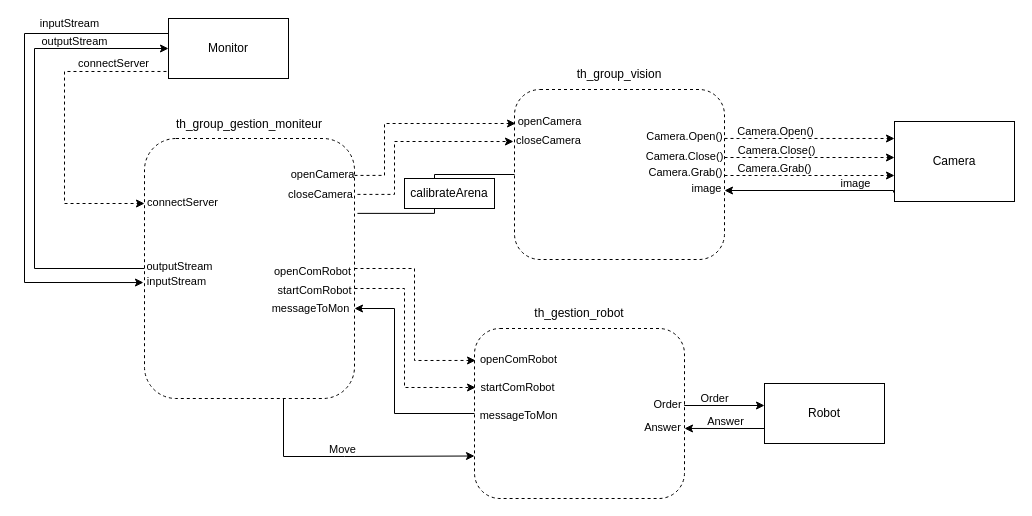
Above: Diagramme_fonctionnel_general.drawio in martemr/Projet_temps_reel (draw.io), before the change. Source tidied: cells renumbered, new cells numbered last; positions are measured from the earlier drawing's top-left corner, leaving out a move shared by most shapes. Both pictures are drawn from the tidied source at 100%, with x=0, y=0 at pixel (24, 18).
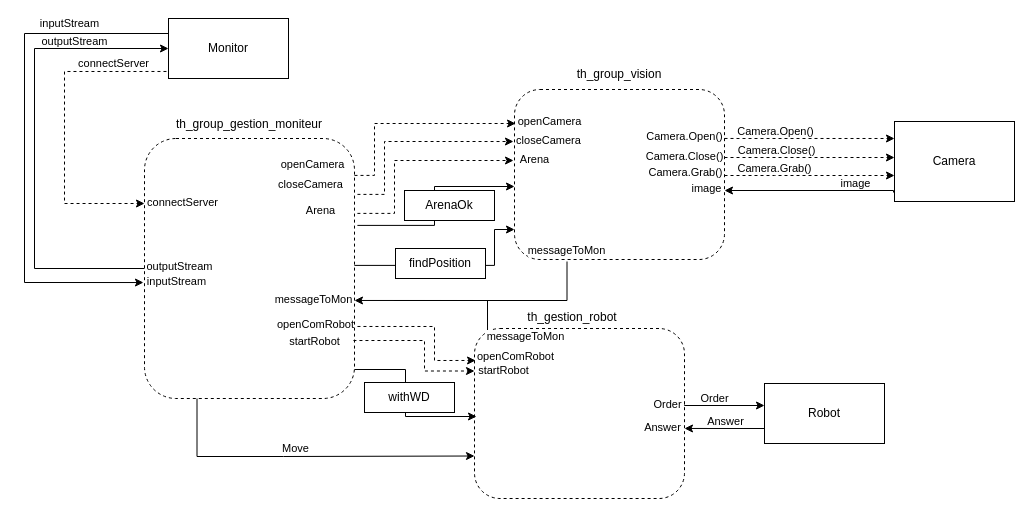
The same page after the edit.

The change refers to these unchanged cells:
```xml
<mxCell id="2" style="rounded=1;whiteSpace=wrap;html=1;dashed=1;" parent="1" vertex="1">
  <mxGeometry x="450" y="310" width="210" height="170" as="geometry" />
</mxCell>
<mxCell id="5" style="rounded=1;whiteSpace=wrap;html=1;dashed=1;" parent="1" vertex="1">
  <mxGeometry x="120" y="120" width="210" height="260" as="geometry" />
</mxCell>
```

What changed in the source:
```diff
@@
+    <mxCell id="56" style="edgeStyle=orthogonalEdgeStyle;rounded=0;orthogonalLoop=1;jettySize=auto;html=1;exitX=0.25;exitY=1;exitDx=0;exitDy=0;startArrow=none;startFill=0;endArrow=none;endFill=0;" parent="1" edge="1">
+      <mxGeometry relative="1" as="geometry">
+        <mxPoint x="542.5" y="243" as="sourcePoint" />
+        <mxPoint x="440" y="282" as="targetPoint" />
+        <Array as="points">
+          <mxPoint x="543" y="282" />
+          <mxPoint x="370" y="282" />
+        </Array>
+      </mxGeometry>
+    </mxCell>
+    <mxCell id="35" style="rounded=1;whiteSpace=wrap;html=1;dashed=1;" parent="1" vertex="1">
+      <mxGeometry x="490" y="71" width="210" height="170" as="geometry" />
+    </mxCell>
@@
-    <mxCell id="3" style="edgeStyle=orthogonalEdgeStyle;rounded=0;jettySize=auto;html=1;startArrow=classic;startFill=1;endArrow=none;endFill=0;" parent="1" edge="1" source="5" target="2">
+    <mxCell id="3" style="edgeStyle=orthogonalEdgeStyle;rounded=0;jettySize=auto;html=1;startArrow=classic;startFill=1;endArrow=none;endFill=0;exitX=1;exitY=0.623;exitDx=0;exitDy=0;exitPerimeter=0;entryX=0.062;entryY=0.012;entryDx=0;entryDy=0;entryPerimeter=0;" parent="1" edge="1" source="5" target="2">
       <mxGeometry relative="1" as="geometry">
         <Array as="points">
-          <mxPoint x="370" y="290" />
-          <mxPoint x="370" y="395" />
+          <mxPoint x="463" y="282" />
         </Array>
       </mxGeometry>
     </mxCell>
-    <mxCell id="4" value="messageToMon" style="edgeLabel;html=1;align=center;verticalAlign=middle;" parent="3" vertex="1">
-      <mxGeometry x="-0.4" y="2" relative="1" as="geometry">
-        <mxPoint x="121" y="78" as="offset" />
-      </mxGeometry>
-    </mxCell>
@@
     <mxCell id="6" style="edgeStyle=orthogonalEdgeStyle;rounded=0;jettySize=auto;html=1;entryX=-0.005;entryY=0.306;entryDx=0;entryDy=0;entryPerimeter=0;dashed=1;startArrow=none;startFill=0;endArrow=classic;endFill=1;exitX=1.014;exitY=0.215;exitDx=0;exitDy=0;exitPerimeter=0;" parent="1" edge="1" source="5" target="35">
       <mxGeometry relative="1" as="geometry">
         <Array as="points">
-          <mxPoint x="370" y="176" />
-          <mxPoint x="370" y="123" />
+          <mxPoint x="360" y="176" />
+          <mxPoint x="360" y="123" />
         </Array>
       </mxGeometry>
     </mxCell>
@@
     <mxCell id="8" style="edgeStyle=orthogonalEdgeStyle;rounded=0;jettySize=auto;html=1;entryX=0.005;entryY=0.2;entryDx=0;entryDy=0;dashed=1;startArrow=none;startFill=0;endArrow=classic;endFill=1;exitX=1;exitY=0.142;exitDx=0;exitDy=0;exitPerimeter=0;entryPerimeter=0;" parent="1" edge="1" source="5" target="35">
       <mxGeometry relative="1" as="geometry">
         <Array as="points">
-          <mxPoint x="360" y="157" />
-          <mxPoint x="360" y="105" />
+          <mxPoint x="350" y="157" />
+          <mxPoint x="350" y="105" />
         </Array>
       </mxGeometry>
     </mxCell>
@@
-    <mxCell id="10" style="edgeStyle=orthogonalEdgeStyle;rounded=0;jettySize=auto;html=1;entryX=0.005;entryY=0.347;entryDx=0;entryDy=0;entryPerimeter=0;dashed=1;startArrow=none;startFill=0;endArrow=classic;endFill=1;" parent="1" edge="1" source="5" target="2">
+    <mxCell id="10" style="edgeStyle=orthogonalEdgeStyle;rounded=0;jettySize=auto;html=1;dashed=1;startArrow=none;startFill=0;endArrow=classic;endFill=1;exitX=0.995;exitY=0.777;exitDx=0;exitDy=0;exitPerimeter=0;entryX=0;entryY=0.25;entryDx=0;entryDy=0;" parent="1" edge="1" source="5" target="2">
       <mxGeometry relative="1" as="geometry">
         <Array as="points">
-          <mxPoint x="380" y="270" />
-          <mxPoint x="380" y="369" />
+          <mxPoint x="400" y="322" />
+          <mxPoint x="400" y="353" />
         </Array>
       </mxGeometry>
     </mxCell>
-    <mxCell id="11" value="&lt;div&gt;startComRobot&lt;/div&gt;" style="edgeLabel;html=1;align=center;verticalAlign=middle;" parent="10" vertex="1">
+    <mxCell id="11" value="startRobot" style="edgeLabel;html=1;align=center;verticalAlign=middle;" parent="10" vertex="1">
       <mxGeometry x="-0.65" y="-1" relative="1" as="geometry">
-        <mxPoint x="-80" as="offset" />
+        <mxPoint x="-66" y="-1" as="offset" />
       </mxGeometry>
     </mxCell>
@@
-    <mxCell id="23" style="edgeStyle=orthogonalEdgeStyle;rounded=0;jettySize=auto;html=1;entryX=0.005;entryY=0.188;entryDx=0;entryDy=0;dashed=1;startArrow=none;startFill=0;endArrow=classic;endFill=1;entryPerimeter=0;" parent="1" edge="1" source="5" target="2">
-      <mxGeometry relative="1" as="geometry" />
+    <mxCell id="23" style="edgeStyle=orthogonalEdgeStyle;rounded=0;jettySize=auto;html=1;entryX=0.005;entryY=0.188;entryDx=0;entryDy=0;dashed=1;startArrow=none;startFill=0;endArrow=classic;endFill=1;entryPerimeter=0;exitX=1.014;exitY=0.723;exitDx=0;exitDy=0;exitPerimeter=0;" parent="1" edge="1" source="5" target="2">
+      <mxGeometry relative="1" as="geometry">
+        <Array as="points">
+          <mxPoint x="410" y="308" />
+          <mxPoint x="410" y="342" />
+        </Array>
+      </mxGeometry>
     </mxCell>
     <mxCell id="24" value="&lt;div&gt;openComRobot&lt;/div&gt;" style="edgeLabel;html=1;align=center;verticalAlign=middle;" parent="23" vertex="1">
       <mxGeometry x="-0.25" relative="1" as="geometry">
-        <mxPoint x="-103" y="-18" as="offset" />
+        <mxPoint x="-99" y="-2" as="offset" />
       </mxGeometry>
     </mxCell>
@@
     <mxCell id="28" value="&lt;div&gt;openComRobot&lt;/div&gt;" style="edgeLabel;html=1;align=center;verticalAlign=middle;" parent="1" vertex="1">
-      <mxGeometry x="493" y="340" as="geometry" />
+      <mxGeometry x="490" y="337" as="geometry" />
     </mxCell>
-    <mxCell id="29" value="&lt;div&gt;startComRobot&lt;/div&gt;" style="edgeLabel;html=1;align=center;verticalAlign=middle;" parent="1" vertex="1">
-      <mxGeometry x="492" y="368" as="geometry" />
+    <mxCell id="29" value="startRobot" style="edgeLabel;html=1;align=center;verticalAlign=middle;" parent="1" vertex="1">
+      <mxGeometry x="478" y="351" as="geometry" />
     </mxCell>
@@
-    <mxCell id="35" style="rounded=1;whiteSpace=wrap;html=1;dashed=1;" parent="1" vertex="1">
-      <mxGeometry x="490" y="71" width="210" height="170" as="geometry" />
-    </mxCell>
@@
-    <mxCell id="38" value="messageToMon" style="edgeLabel;html=1;align=center;verticalAlign=middle;" parent="1" vertex="1">
-      <mxGeometry x="285" y="289" as="geometry" />
-    </mxCell>
@@
     <mxCell id="45" value="th_gestion_robot" style="text;html=1;strokeColor=none;fillColor=none;align=center;verticalAlign=middle;whiteSpace=wrap;rounded=0;dashed=1;" parent="1" vertex="1">
-      <mxGeometry x="475" y="280" width="160" height="30" as="geometry" />
+      <mxGeometry x="468" y="284" width="160" height="30" as="geometry" />
     </mxCell>
@@
-    <mxCell id="52" style="endArrow=none;html=1;rounded=0;exitX=1.014;exitY=0.288;exitDx=0;exitDy=0;exitPerimeter=0;entryX=0;entryY=0.5;entryDx=0;entryDy=0;edgeStyle=orthogonalEdgeStyle;" parent="1" edge="1" source="5" target="35">
-      <mxGeometry relative="1" as="geometry" />
+    <mxCell id="52" style="endArrow=classic;html=1;rounded=0;exitX=1.014;exitY=0.288;exitDx=0;exitDy=0;exitPerimeter=0;entryX=0;entryY=0.5;entryDx=0;entryDy=0;edgeStyle=orthogonalEdgeStyle;startArrow=none;startFill=0;endFill=1;" parent="1" edge="1">
+      <mxGeometry relative="1" as="geometry">
+        <mxPoint x="332.9" y="206.9" as="sourcePoint" />
+        <mxPoint x="490" y="168" as="targetPoint" />
+        <Array as="points">
+          <mxPoint x="410" y="207" />
+          <mxPoint x="410" y="168" />
+        </Array>
+      </mxGeometry>
     </mxCell>
-    <mxCell id="53" value="calibrateArena" style="rounded=0;whiteSpace=wrap;html=1;" parent="1" vertex="1">
-      <mxGeometry x="380" y="160" width="90" height="30" as="geometry" />
+    <mxCell id="53" value="ArenaOk" style="rounded=0;whiteSpace=wrap;html=1;" parent="1" vertex="1">
+      <mxGeometry x="380" y="172" width="90" height="30" as="geometry" />
     </mxCell>
-    <mxCell id="54" style="edgeStyle=orthogonalEdgeStyle;rounded=0;jettySize=auto;html=1;startArrow=none;startFill=0;endArrow=classic;endFill=1;entryX=0;entryY=0.75;entryDx=0;entryDy=0;" parent="1" edge="1" target="2">
+    <mxCell id="54" style="edgeStyle=orthogonalEdgeStyle;rounded=0;jettySize=auto;html=1;startArrow=none;startFill=0;endArrow=classic;endFill=1;entryX=0;entryY=0.75;entryDx=0;entryDy=0;exitX=0.25;exitY=1;exitDx=0;exitDy=0;" parent="1" edge="1" source="5" target="2">
       <mxGeometry relative="1" as="geometry">
-        <mxPoint x="259" y="380" as="sourcePoint" />
         <Array as="points">
+          <mxPoint x="173" y="438" />
           <mxPoint x="259" y="438" />
-          <mxPoint x="320" y="438" />
         </Array>
       </mxGeometry>
     </mxCell>
@@
+    <mxCell id="57" style="endArrow=classic;html=1;rounded=0;exitX=1.014;exitY=0.288;exitDx=0;exitDy=0;exitPerimeter=0;edgeStyle=orthogonalEdgeStyle;startArrow=none;startFill=0;endFill=1;" parent="1" edge="1">
+      <mxGeometry relative="1" as="geometry">
+        <mxPoint x="329.9" y="246.9" as="sourcePoint" />
+        <mxPoint x="490" y="211" as="targetPoint" />
+        <Array as="points">
+          <mxPoint x="470" y="247" />
+          <mxPoint x="470" y="211" />
+        </Array>
+      </mxGeometry>
+    </mxCell>
+    <mxCell id="58" value="findPosition" style="rounded=0;whiteSpace=wrap;html=1;" parent="1" vertex="1">
+      <mxGeometry x="371" y="230" width="90" height="30" as="geometry" />
+    </mxCell>
+    <mxCell id="59" style="edgeStyle=orthogonalEdgeStyle;rounded=0;orthogonalLoop=1;jettySize=auto;html=1;entryX=-0.005;entryY=0.306;entryDx=0;entryDy=0;entryPerimeter=0;dashed=1;startArrow=none;startFill=0;endArrow=classic;endFill=1;exitX=1.014;exitY=0.215;exitDx=0;exitDy=0;exitPerimeter=0;" parent="1" edge="1">
+      <mxGeometry relative="1" as="geometry">
+        <mxPoint x="332.9" y="194.9" as="sourcePoint" />
+        <mxPoint x="489" y="142" as="targetPoint" />
+        <Array as="points">
+          <mxPoint x="370" y="195" />
+          <mxPoint x="370" y="142" />
+        </Array>
+      </mxGeometry>
+    </mxCell>
+    <mxCell id="60" value="Arena" style="edgeLabel;html=1;align=center;verticalAlign=middle;" parent="59" vertex="1">
+      <mxGeometry x="-0.24" y="-2" relative="1" as="geometry">
+        <mxPoint x="-77" y="38" as="offset" />
+      </mxGeometry>
+    </mxCell>
+    <mxCell id="61" value="Arena" style="edgeLabel;html=1;align=center;verticalAlign=middle;" parent="1" vertex="1">
+      <mxGeometry x="300" y="194" as="geometry">
+        <mxPoint x="209" y="-54" as="offset" />
+      </mxGeometry>
+    </mxCell>
+    <mxCell id="62" value="messageToMon" style="edgeLabel;html=1;align=center;verticalAlign=middle;" parent="1" vertex="1">
+      <mxGeometry x="311" y="345" as="geometry">
+        <mxPoint x="230" y="-114" as="offset" />
+      </mxGeometry>
+    </mxCell>
+    <mxCell id="63" value="messageToMon" style="edgeLabel;html=1;align=center;verticalAlign=middle;" parent="1" vertex="1">
+      <mxGeometry x="270" y="431" as="geometry">
+        <mxPoint x="230" y="-114" as="offset" />
+      </mxGeometry>
+    </mxCell>
+    <mxCell id="64" value="messageToMon" style="edgeLabel;html=1;align=center;verticalAlign=middle;" parent="1" vertex="1">
+      <mxGeometry x="58" y="394" as="geometry">
+        <mxPoint x="230" y="-114" as="offset" />
+      </mxGeometry>
+    </mxCell>
+    <mxCell id="65" style="edgeStyle=orthogonalEdgeStyle;rounded=0;orthogonalLoop=1;jettySize=auto;html=1;entryX=0.005;entryY=0.347;entryDx=0;entryDy=0;entryPerimeter=0;startArrow=none;startFill=0;endArrow=classic;endFill=1;exitX=0.995;exitY=0.777;exitDx=0;exitDy=0;exitPerimeter=0;" parent="1" edge="1">
+      <mxGeometry relative="1" as="geometry">
+        <mxPoint x="330" y="351" as="sourcePoint" />
+        <mxPoint x="452" y="398" as="targetPoint" />
+        <Array as="points">
+          <mxPoint x="381" y="351" />
+          <mxPoint x="381" y="398" />
+        </Array>
+      </mxGeometry>
+    </mxCell>
+    <mxCell id="66" value="withWD" style="rounded=0;whiteSpace=wrap;html=1;" parent="1" vertex="1">
+      <mxGeometry x="340" y="364" width="90" height="30" as="geometry" />
+    </mxCell>
```
